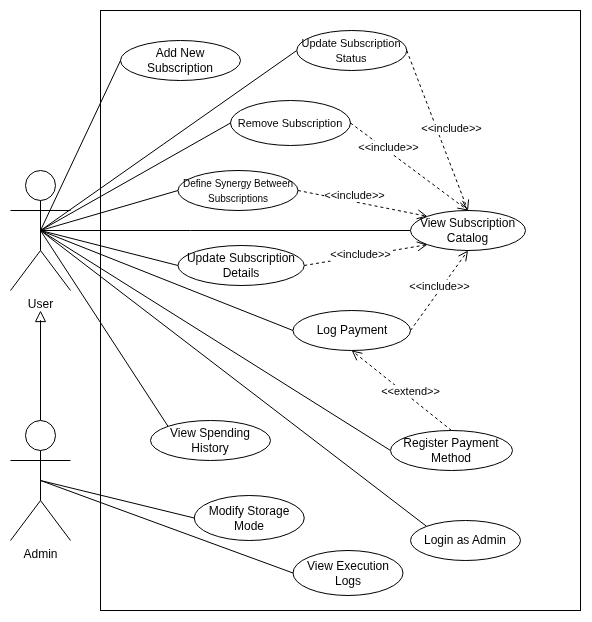
The draw.io diagram docs/diagrams/Use Case Diagram.drawio.png in pedlobs/sst, before a commit. Source tidied: cells renumbered, new cells last; positions are measured from the earlier drawing's top-left corner, leaving out a move shared by most shapes.
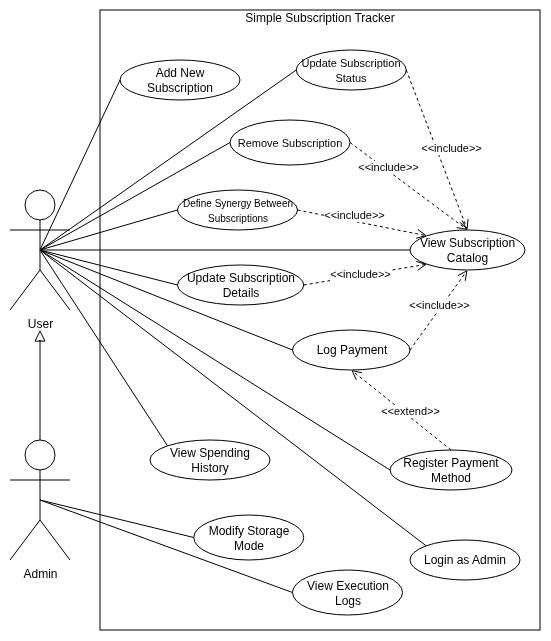
After the change.

Commit message:
docs: update in Use Case Diagram

Change to the diagram source:
```diff
@@ -2,8 +2,8 @@
   <root>
     <mxCell id="0" />
     <mxCell id="1" parent="0" />
-    <mxCell id="2" style="rounded=0;whiteSpace=wrap;html=1;fillColor=none;" parent="1" vertex="1">
-      <mxGeometry x="90" width="480" height="600" as="geometry" />
+    <mxCell id="2" value="Simple Subscription Tracker" style="rounded=0;fillColor=none;labelPosition=center;verticalLabelPosition=top;align=center;verticalAlign=bottom;labelBackgroundColor=none;labelBorderColor=none;textShadow=0;whiteSpace=wrap;html=1;convertToSvg=0;spacingBottom=-17;" parent="1" vertex="1">
+      <mxGeometry x="90" y="-20" width="440" height="620" as="geometry" />
     </mxCell>
     <mxCell id="3" style="rounded=0;jettySize=auto;html=1;exitX=0.5;exitY=0.5;exitDx=0;exitDy=0;exitPerimeter=0;entryX=0;entryY=0;entryDx=0;entryDy=0;endArrow=none;endFill=0;" parent="1" edge="1" source="12" target="13">
       <mxGeometry relative="1" as="geometry" />
```
